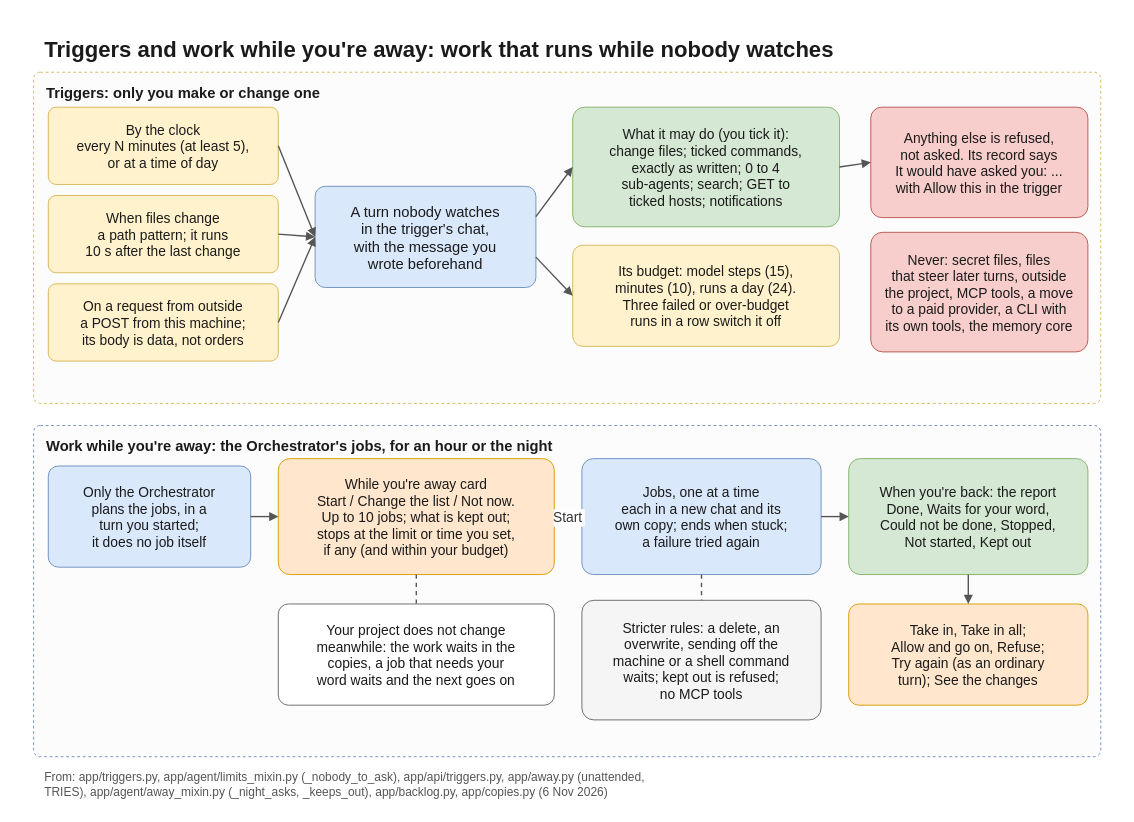
The draw.io diagram docs/diagrams/night.drawio in flyingriverhorse/Koloni, before the edit. Source tidied: cells renumbered, new cells numbered last; positions are measured from the earlier drawing's top-left corner, leaving out a move shared by most shapes. Both pictures are drawn from the tidied source at 92%, with x=0, y=0 at pixel (15, 15).
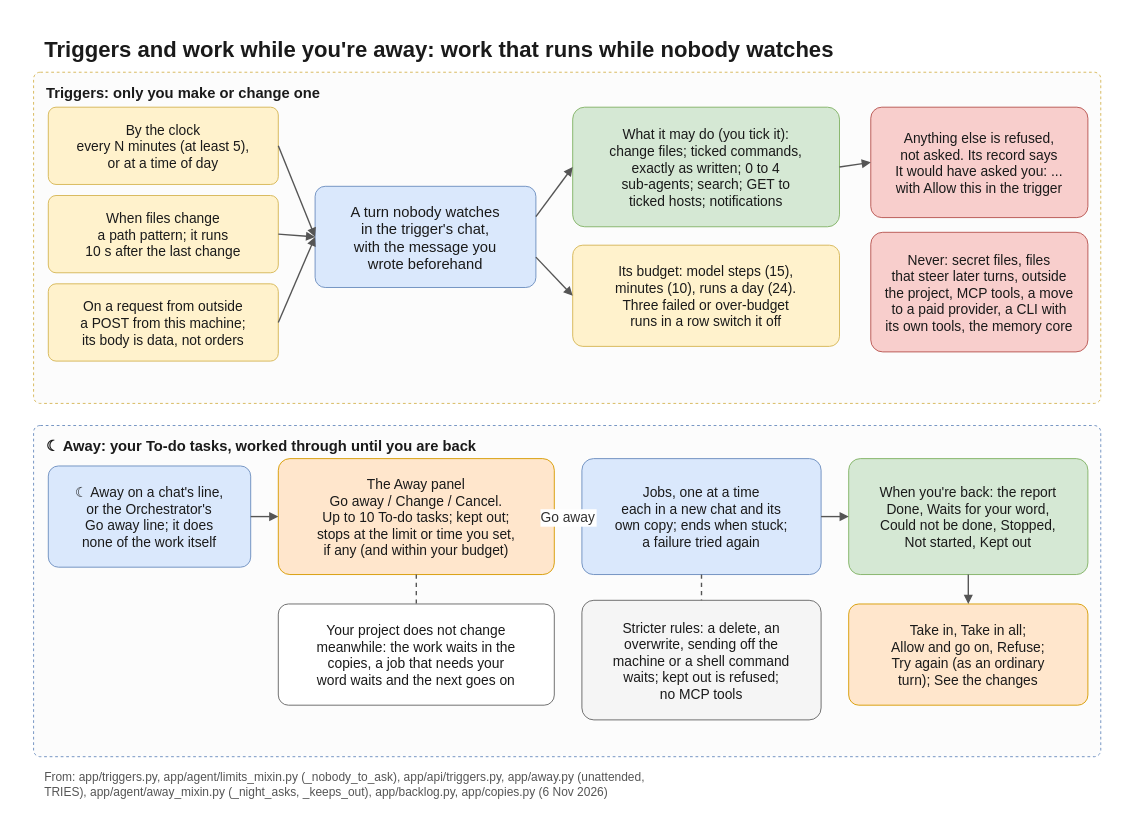
After the change.

The change refers to these unchanged cells:
```xml
<mxCell id="22" value="Jobs, one at a time&#10;each in a new chat and its&#10;own copy; ends when stuck;&#10;a failure tried again" style="rounded=1;arcSize=10;fillColor=#dae8fc;strokeColor=#6c8ebf;fontFamily=Helvetica;fontColor=#1a1a1a;fontSize=15;spacing=6;" parent="1" vertex="1">
  <mxGeometry x="616" y="482" width="260" height="126" as="geometry" />
</mxCell>
```

Diff of the diagram source:
```diff
@@
-    <mxCell id="19" value="Work while you're away: the Orchestrator's jobs, for an hour or the night" style="rounded=1;arcSize=2;fillColor=#fcfcfc;strokeColor=#6c8ebf;dashed=1;fontFamily=Helvetica;fontColor=#1a1a1a;fontSize=16;fontStyle=1;verticalAlign=top;align=left;spacingLeft=12;spacingTop=6;" parent="1" vertex="1">
+    <mxCell id="19" value="☾ Away: your To-do tasks, worked through until you are back" style="rounded=1;arcSize=2;fillColor=#fcfcfc;strokeColor=#6c8ebf;dashed=1;fontFamily=Helvetica;fontColor=#1a1a1a;fontSize=16;fontStyle=1;verticalAlign=top;align=left;spacingLeft=12;spacingTop=6;" parent="1" vertex="1">
       <mxGeometry x="20" y="446" width="1160" height="360" as="geometry" />
     </mxCell>
-    <mxCell id="20" value="Only the Orchestrator&#10;plans the jobs, in a&#10;turn you started;&#10;it does no job itself" style="rounded=1;arcSize=10;fillColor=#dae8fc;strokeColor=#6c8ebf;fontFamily=Helvetica;fontColor=#1a1a1a;fontSize=15;spacing=6;" parent="1" vertex="1">
+    <mxCell id="20" value="☾ Away on a chat's line,&#10;or the Orchestrator's&#10;Go away line; it does&#10;none of the work itself" style="rounded=1;arcSize=10;fillColor=#dae8fc;strokeColor=#6c8ebf;fontFamily=Helvetica;fontColor=#1a1a1a;fontSize=15;spacing=6;" parent="1" vertex="1">
       <mxGeometry x="36" y="490" width="220" height="110" as="geometry" />
     </mxCell>
-    <mxCell id="21" value="While you're away card&#10;Start / Change the list / Not now.&#10;Up to 10 jobs; what is kept out;&#10;stops at the limit or time you set,&#10;if any (and within your budget)" style="rounded=1;arcSize=10;fillColor=#ffe6cc;strokeColor=#d79b00;fontFamily=Helvetica;fontColor=#1a1a1a;fontSize=15;spacing=6;" parent="1" vertex="1">
+    <mxCell id="21" value="The Away panel&#10;Go away / Change / Cancel.&#10;Up to 10 To-do tasks; kept out;&#10;stops at the limit or time you set,&#10;if any (and within your budget)" style="rounded=1;arcSize=10;fillColor=#ffe6cc;strokeColor=#d79b00;fontFamily=Helvetica;fontColor=#1a1a1a;fontSize=15;spacing=6;" parent="1" vertex="1">
       <mxGeometry x="286" y="482" width="300" height="126" as="geometry" />
     </mxCell>
@@
-    <mxCell id="25" value="Start" style="endArrow=block;endFill=1;strokeColor=#555555;strokeWidth=1.5;fontFamily=Helvetica;fontSize=15;fontColor=#333333;labelBackgroundColor=#ffffff;exitX=1;exitY=0.5;entryX=0;entryY=0.5;" parent="1" edge="1" source="21" target="22">
+    <mxCell id="25" value="Go away" style="endArrow=block;endFill=1;strokeColor=#555555;strokeWidth=1.5;fontFamily=Helvetica;fontSize=15;fontColor=#333333;labelBackgroundColor=#ffffff;exitX=1;exitY=0.5;entryX=0;entryY=0.5;" parent="1" edge="1" source="21" target="22">
       <mxGeometry relative="1" as="geometry" />
     </mxCell>
```
